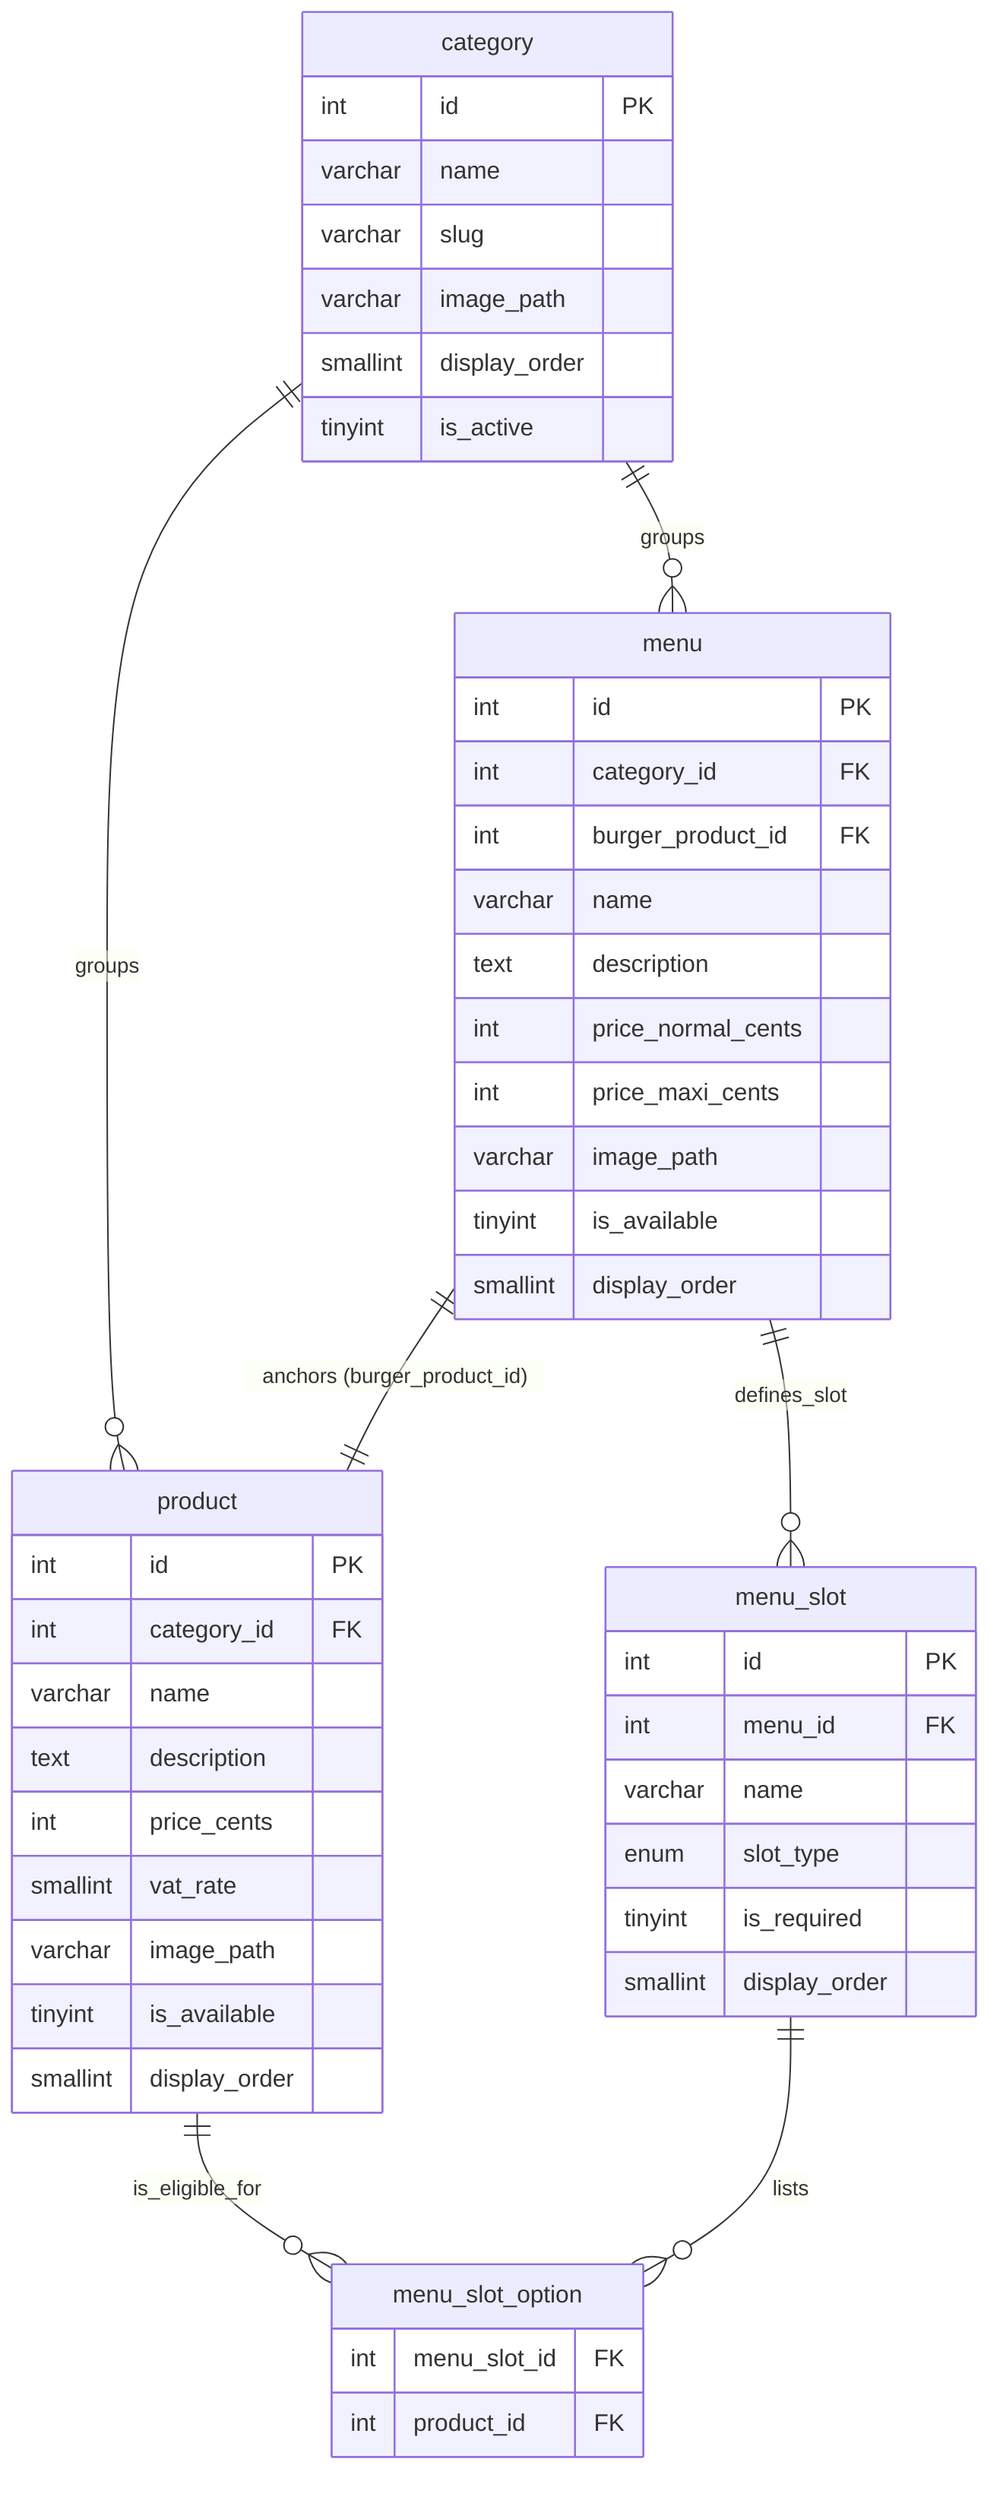
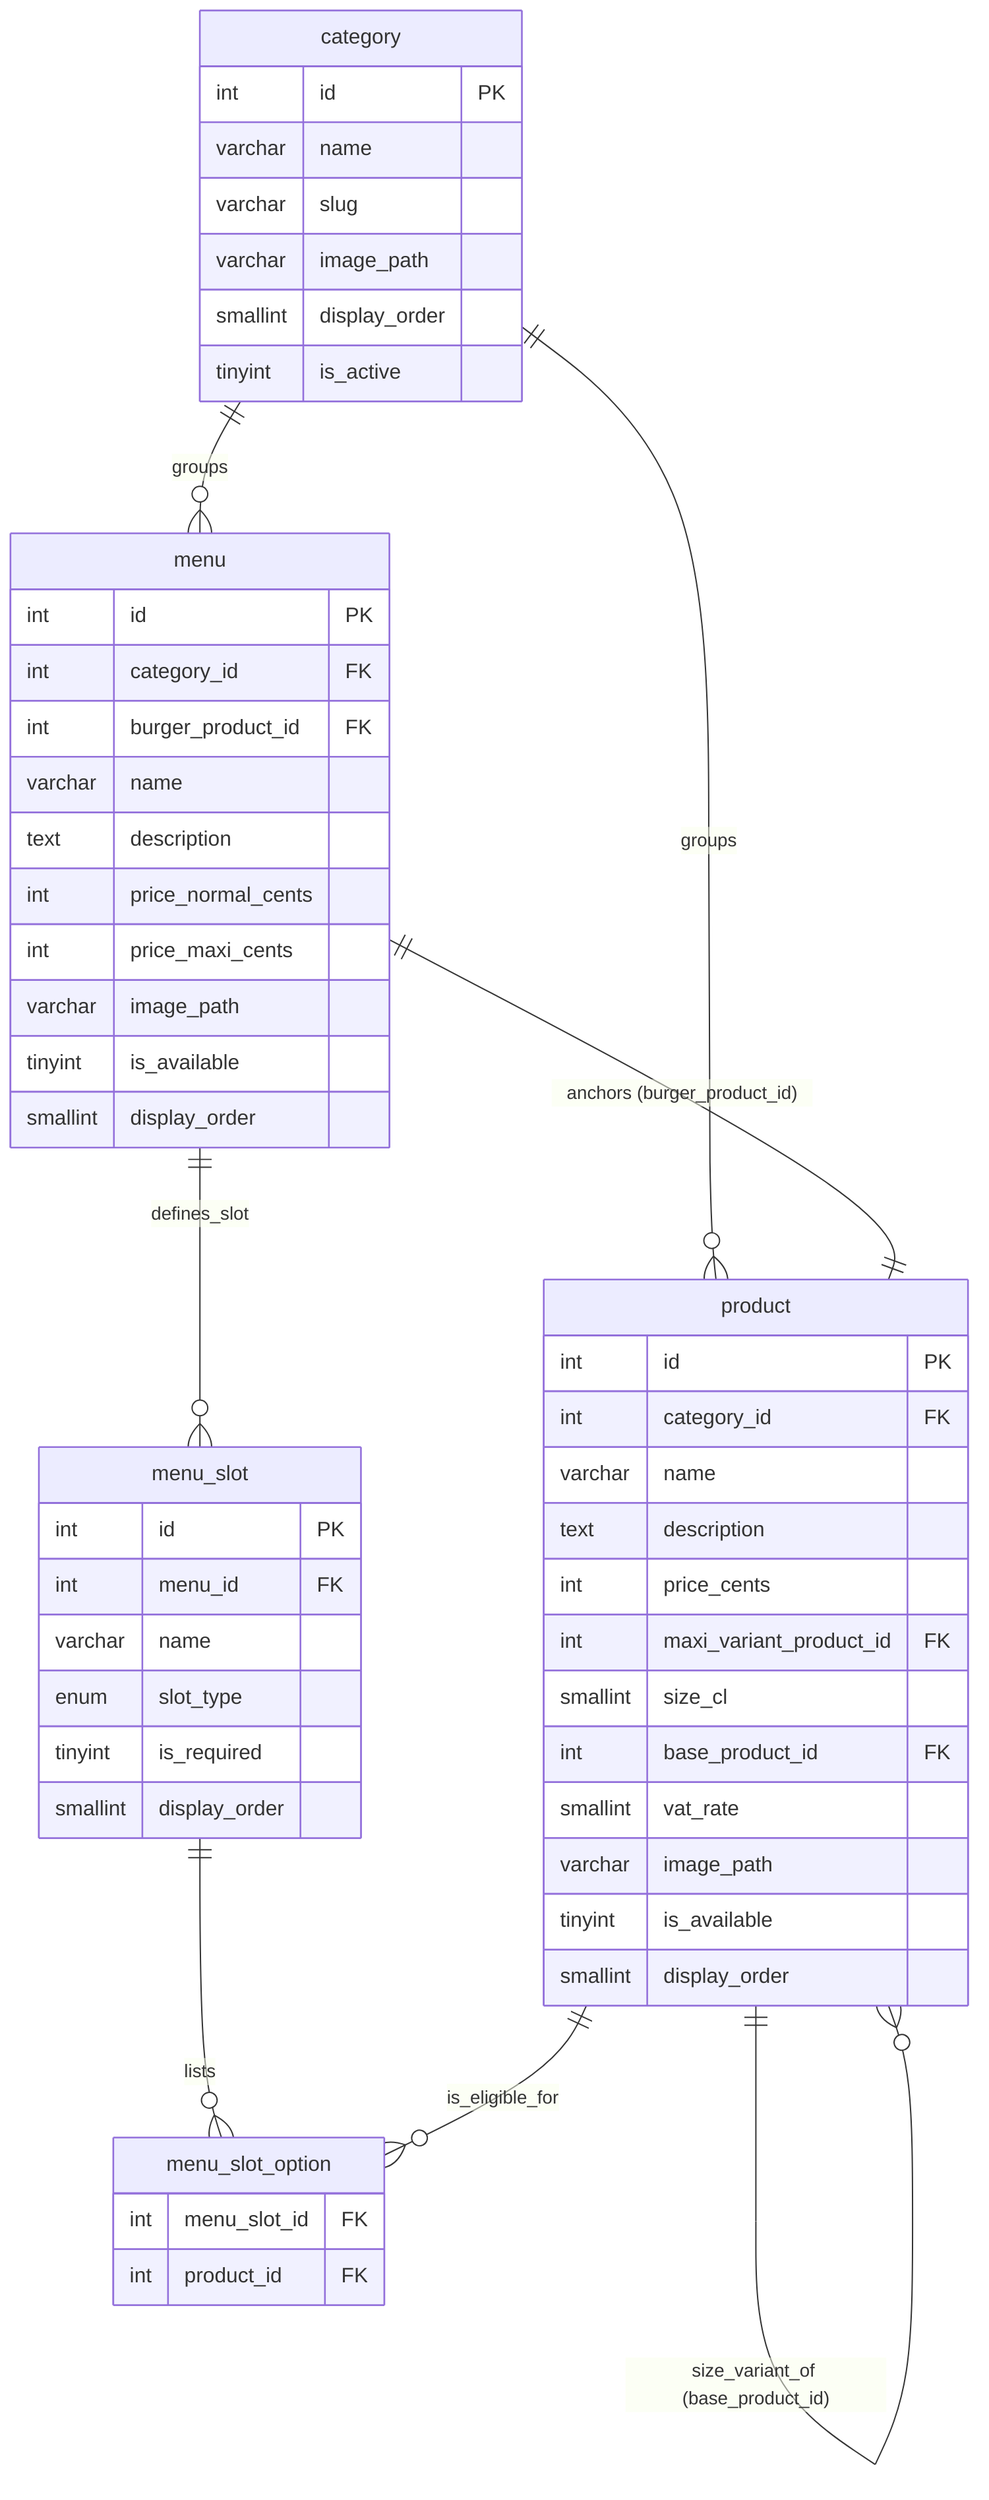
erDiagram
    category {
        int id PK
        varchar name
        varchar slug
        varchar image_path
        smallint display_order
        tinyint is_active
    }
    product {
        int id PK
        int category_id FK
        varchar name
        text description
        int price_cents
+         int maxi_variant_product_id FK
+         smallint size_cl
+         int base_product_id FK
        smallint vat_rate
        varchar image_path
        tinyint is_available
        smallint display_order
    }
    menu {
        int id PK
        int category_id FK
        int burger_product_id FK
        varchar name
        text description
        int price_normal_cents
        int price_maxi_cents
        varchar image_path
        tinyint is_available
        smallint display_order
    }
    menu_slot {
        int id PK
        int menu_id FK
        varchar name
        enum slot_type
        tinyint is_required
        smallint display_order
    }
    menu_slot_option {
        int menu_slot_id FK
        int product_id FK
    }

    category ||--o{ product : "groups"
    category ||--o{ menu : "groups"
    menu ||--|| product : "anchors (burger_product_id)"
+     product ||--o{ product : "maxi_variant (maxi_variant_product_id)"
+     product ||--o{ product : "size_variant_of (base_product_id)"
    menu ||--o{ menu_slot : "defines_slot"
    menu_slot ||--o{ menu_slot_option : "lists"
    product ||--o{ menu_slot_option : "is_eligible_for"
